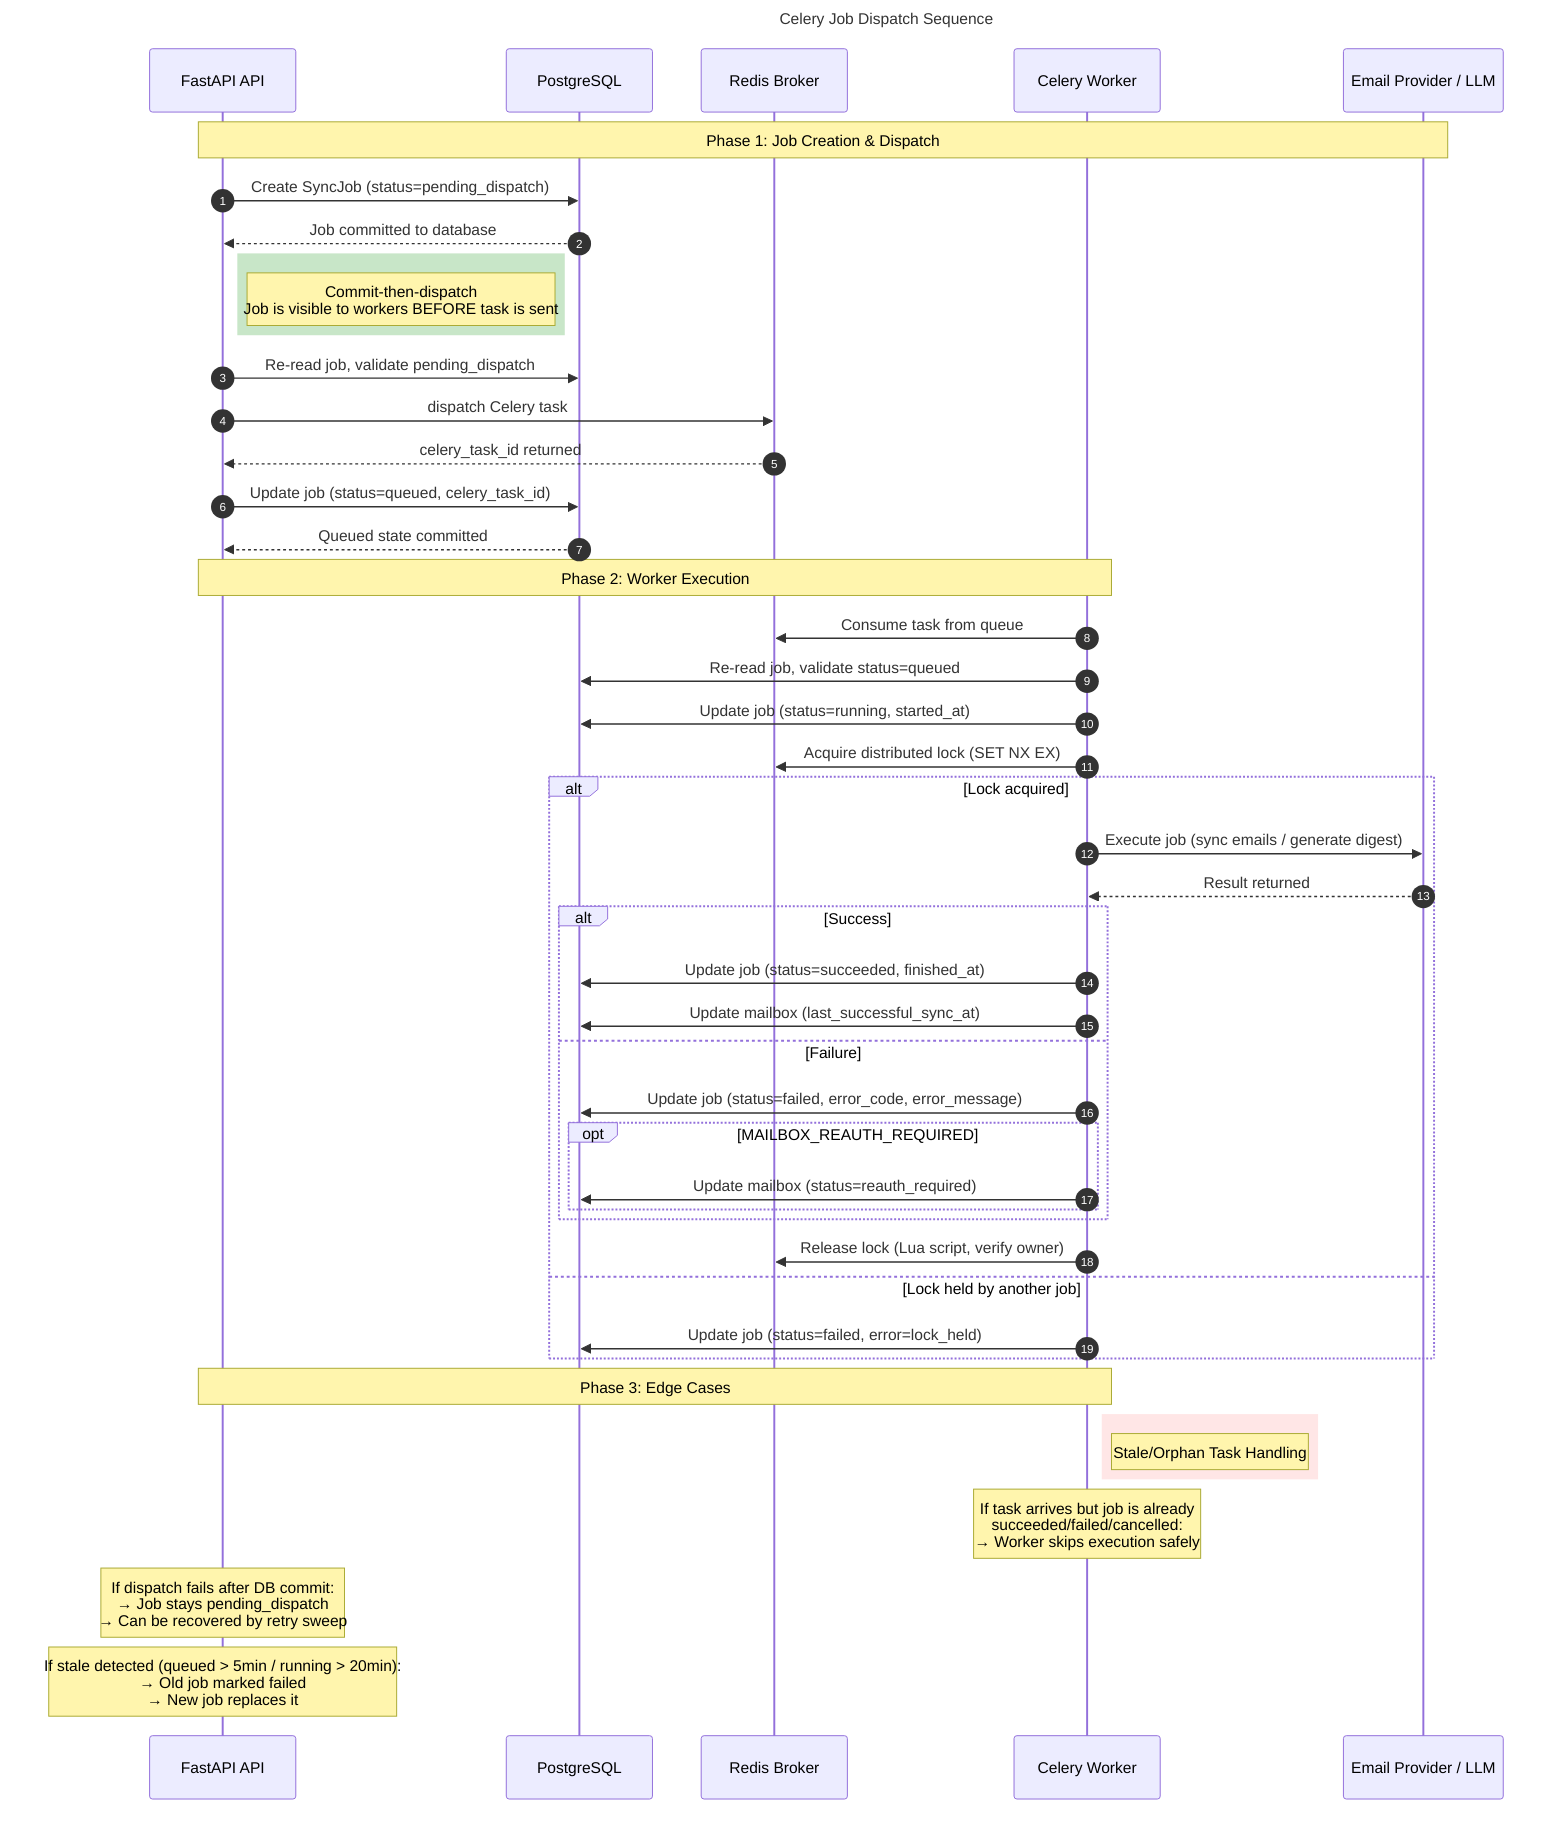
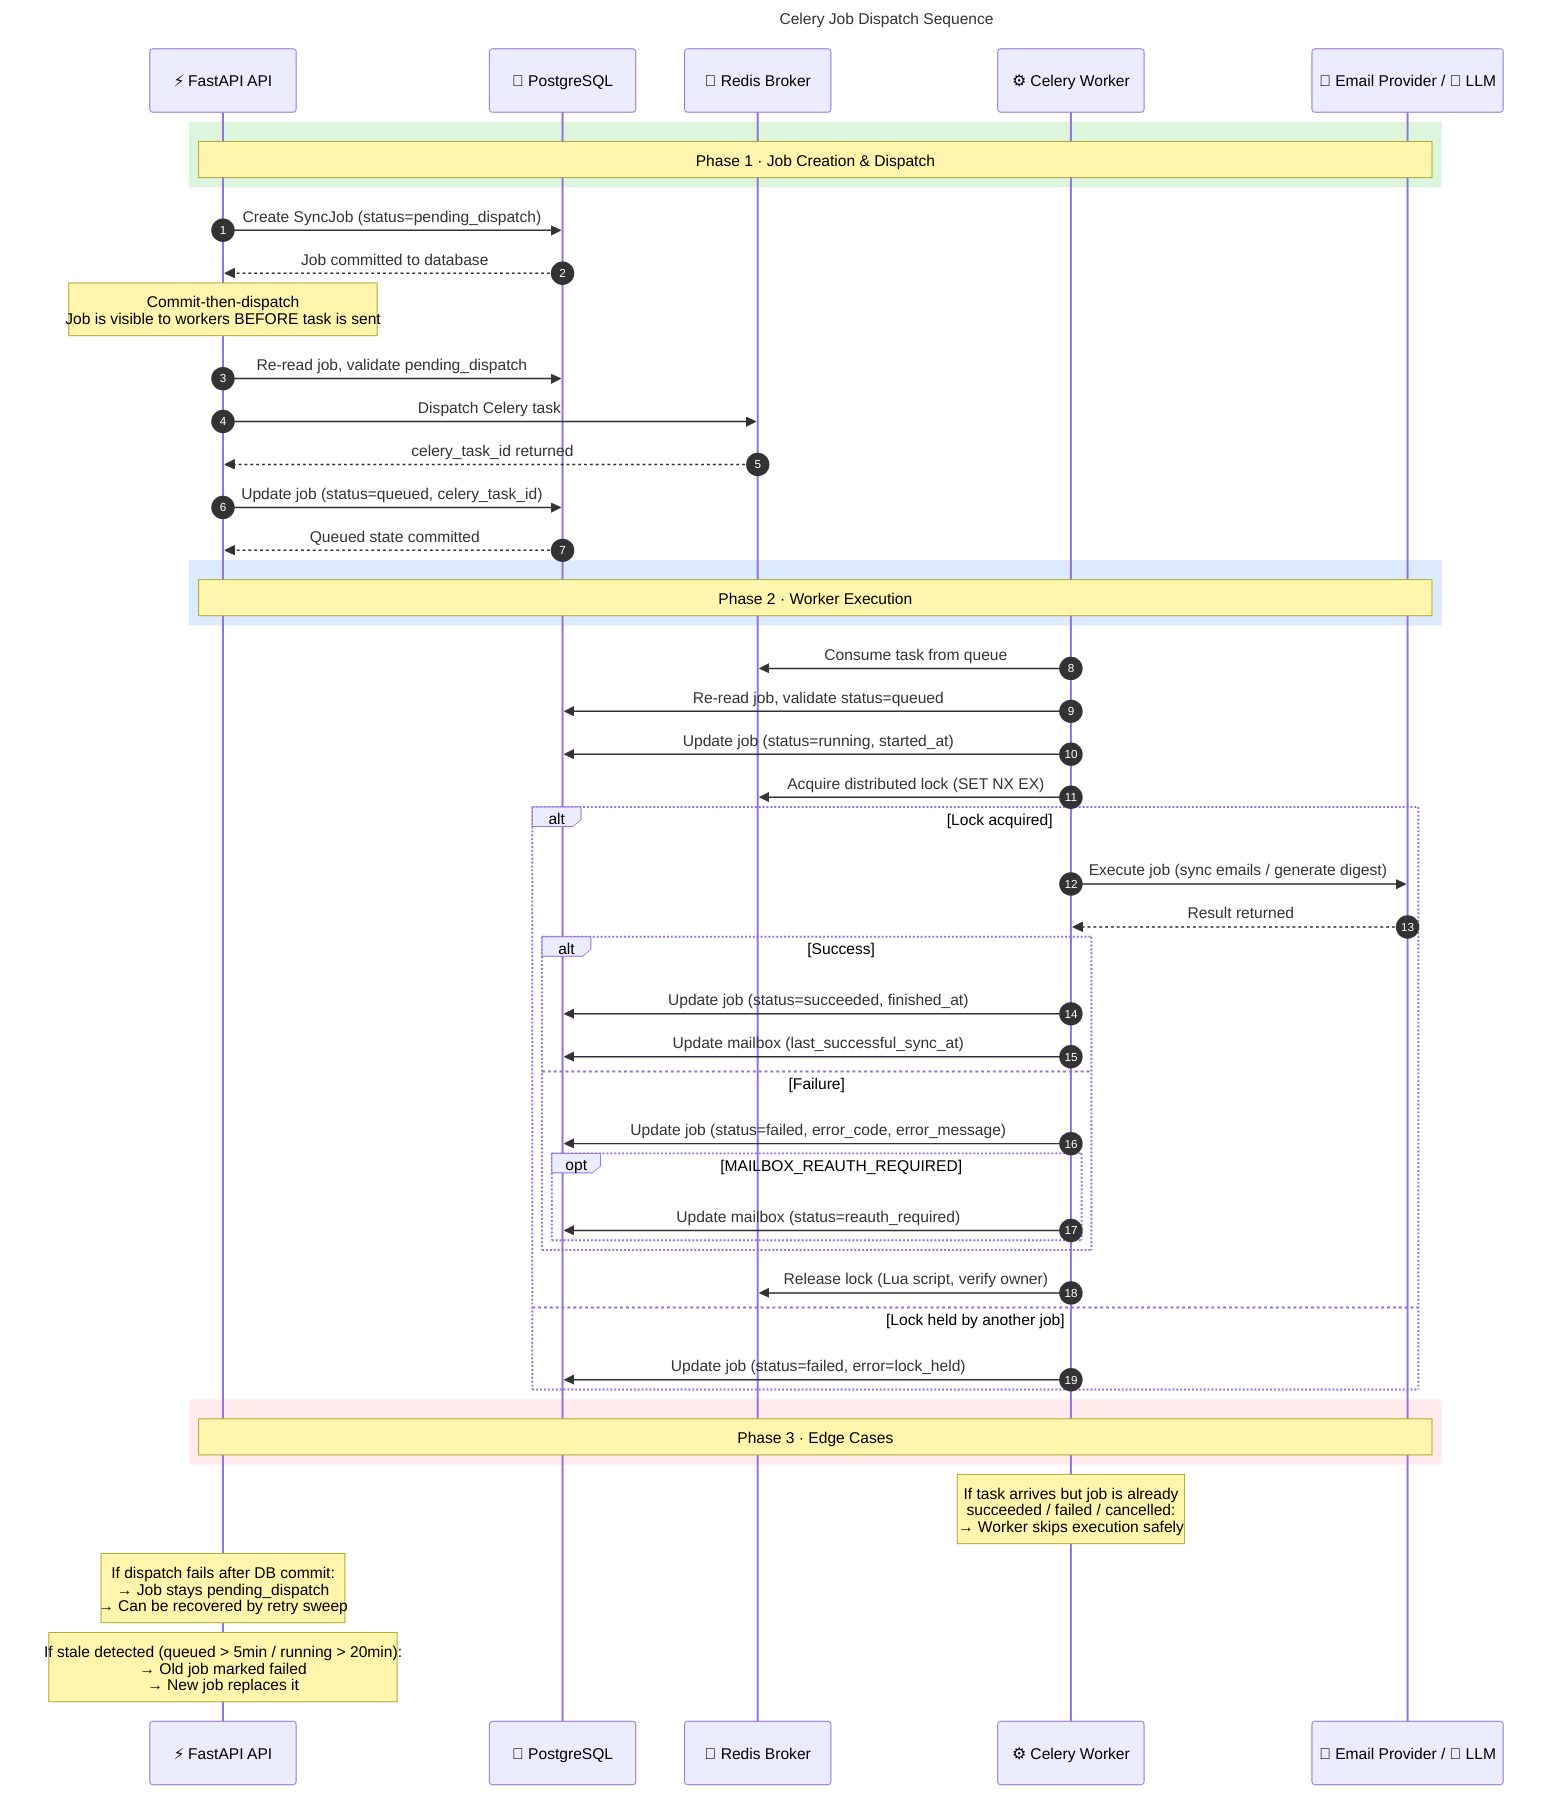
---
title: "Celery Job Dispatch Sequence"
description: "Commit-then-dispatch reliability model for background jobs"
---

sequenceDiagram
    autonumber
-     participant API as FastAPI API
-     participant DB as PostgreSQL
-     participant Redis as Redis Broker
-     participant Worker as Celery Worker
-     participant Provider as Email Provider / LLM
+     participant API as ⚡ FastAPI API
+     participant DB as 🐘 PostgreSQL
+     participant Redis as 🔴 Redis Broker
+     participant Worker as ⚙️ Celery Worker
+     participant Provider as 📧 Email Provider / 🤖 LLM

-     Note over API,Provider: Phase 1: Job Creation & Dispatch
+     rect rgb(220, 245, 220)
+         Note over API,Provider: Phase 1 · Job Creation & Dispatch
+     end

    API->>DB: Create SyncJob (status=pending_dispatch)
    DB-->>API: Job committed to database

-     rect rgb(200, 230, 200)
-         Note right of API: Commit-then-dispatch<br/>Job is visible to workers BEFORE task is sent
-     end
+     Note over API: Commit-then-dispatch<br/>Job is visible to workers BEFORE task is sent

    API->>DB: Re-read job, validate pending_dispatch
-     API->>Redis: dispatch Celery task
+     API->>Redis: Dispatch Celery task
    Redis-->>API: celery_task_id returned
    API->>DB: Update job (status=queued, celery_task_id)
    DB-->>API: Queued state committed

-     Note over API,Worker: Phase 2: Worker Execution
+     rect rgb(220, 235, 255)
+         Note over API,Provider: Phase 2 · Worker Execution
+     end

    Worker->>Redis: Consume task from queue
    Worker->>DB: Re-read job, validate status=queued
    Worker->>DB: Update job (status=running, started_at)
    Worker->>Redis: Acquire distributed lock (SET NX EX)

    alt Lock acquired
        Worker->>Provider: Execute job (sync emails / generate digest)
        Provider-->>Worker: Result returned

        alt Success
            Worker->>DB: Update job (status=succeeded, finished_at)
            Worker->>DB: Update mailbox (last_successful_sync_at)
        else Failure
            Worker->>DB: Update job (status=failed, error_code, error_message)
            opt MAILBOX_REAUTH_REQUIRED
                Worker->>DB: Update mailbox (status=reauth_required)
            end
        end

        Worker->>Redis: Release lock (Lua script, verify owner)
    else Lock held by another job
        Worker->>DB: Update job (status=failed, error=lock_held)
    end

-     Note over API,Worker: Phase 3: Edge Cases
- 
-     rect rgb(255, 230, 230)
-         Note right of Worker: Stale/Orphan Task Handling
+     rect rgb(255, 235, 235)
+         Note over API,Provider: Phase 3 · Edge Cases
    end

-     Note over Worker: If task arrives but job is already<br/>succeeded/failed/cancelled:<br/>→ Worker skips execution safely
+     Note over Worker: If task arrives but job is already<br/>succeeded / failed / cancelled:<br/>→ Worker skips execution safely

    Note over API: If dispatch fails after DB commit:<br/>→ Job stays pending_dispatch<br/>→ Can be recovered by retry sweep

    Note over API: If stale detected (queued > 5min / running > 20min):<br/>→ Old job marked failed<br/>→ New job replaces it
